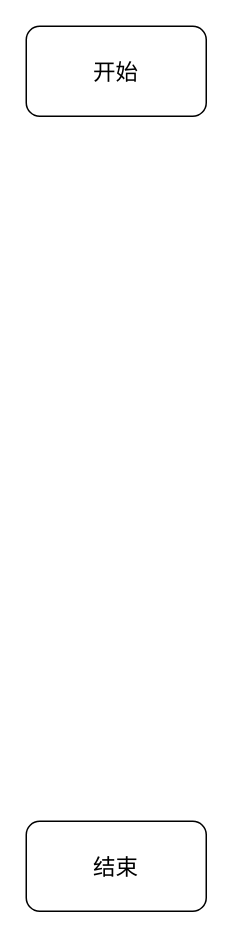
Earlier version of the draw.io diagram 自动化整理门禁信息.drawio (PenguinLJ/DrawChart). Source tidied: cells renumbered, new cells numbered last; positions are measured from the earlier drawing's top-left corner, leaving out a move shared by most shapes. Both pictures are drawn from the tidied source at 150%, with x=0, y=0 at pixel (26, 26).
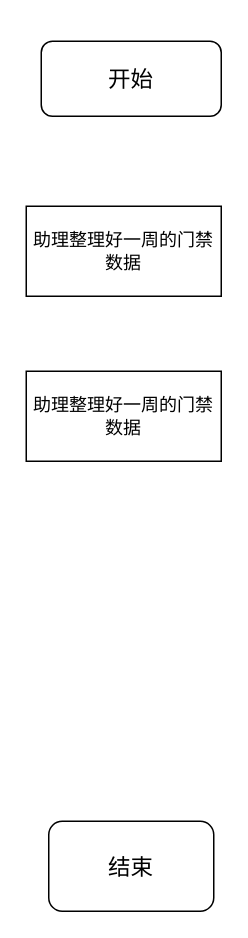
After the change.

Commit message (it also covers changes not shown here):
更新自动化整理门禁信息.drawio

The edit, as a diff of the source:
```diff
@@
 <mxGraphModel>
   <root>
     <mxCell id="0" />
     <mxCell id="1" parent="0" />
     <mxCell id="2" value="&lt;font style=&quot;font-size: 15px;&quot;&gt;开始&lt;/font&gt;" style="rounded=1;whiteSpace=wrap;html=1;" parent="1" vertex="1">
-      <mxGeometry width="120" height="60" as="geometry" />
+      <mxGeometry x="10" y="10" width="120" height="50" as="geometry" />
     </mxCell>
     <mxCell id="3" value="&lt;font style=&quot;font-size: 15px;&quot;&gt;结束&lt;/font&gt;" style="rounded=1;whiteSpace=wrap;html=1;" parent="1" vertex="1">
-      <mxGeometry y="530" width="120" height="60" as="geometry" />
+      <mxGeometry x="15" y="530" width="110" height="60" as="geometry" />
     </mxCell>
+    <mxCell id="4" value="助理整理好一周的门禁数据" style="rounded=0;whiteSpace=wrap;html=1;" parent="1" vertex="1">
+      <mxGeometry y="120" width="130" height="60" as="geometry" />
+    </mxCell>
+    <mxCell id="5" value="助理整理好一周的门禁数据" style="rounded=0;whiteSpace=wrap;html=1;" parent="1" vertex="1">
+      <mxGeometry y="230" width="130" height="60" as="geometry" />
+    </mxCell>
   </root>
 </mxGraphModel>
```
